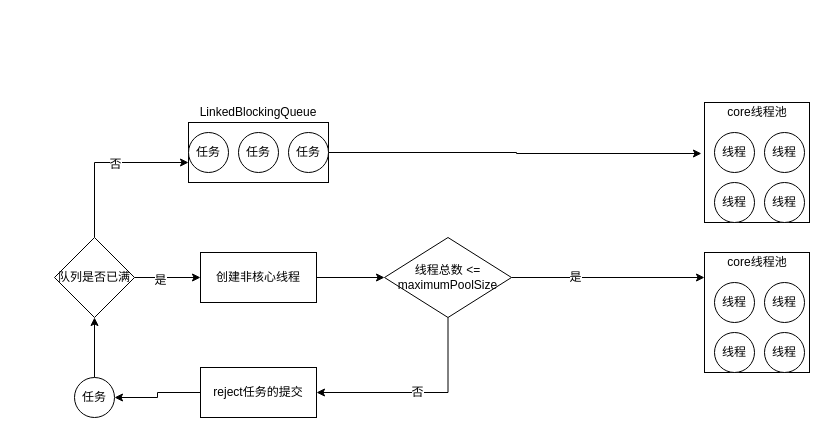
Before: 并发编程/12_fixed线程池原理.drawio in chenshuai1995/a-imgs, a draw.io diagram. Source tidied: cells renumbered, new cells numbered last; positions are measured from the earlier drawing's top-left corner, leaving out a move shared by most shapes. Both pictures are drawn from the tidied source at 100%, with x=0, y=0 at pixel (54, 102).
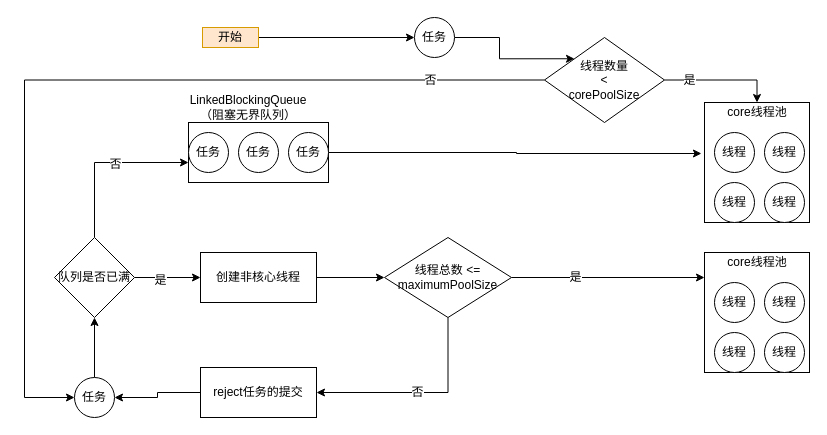
After the change.

Commit message (it also covers changes not shown here):
更新12_fixed线程池原理.drawio

The change refers to these unchanged cells:
```xml
<mxCell id="7" value="core线程池" style="text;html=1;strokeColor=none;fillColor=none;align=center;verticalAlign=middle;whiteSpace=wrap;rounded=0;" parent="1" vertex="1">
  <mxGeometry x="662.5" width="80" height="20" as="geometry" />
</mxCell>
<mxCell id="15" value="任务" style="ellipse;whiteSpace=wrap;html=1;" parent="1" vertex="1">
  <mxGeometry x="20" y="275" width="40" height="40" as="geometry" />
</mxCell>
```

Change to the diagram source:
```diff
@@
-    <mxCell id="26" value="LinkedBlockingQueue" style="text;html=1;strokeColor=none;fillColor=none;align=center;verticalAlign=middle;whiteSpace=wrap;rounded=0;" parent="1" vertex="1">
-      <mxGeometry x="124" y="5" width="160" height="10" as="geometry" />
+    <mxCell id="26" value="LinkedBlockingQueue&lt;br&gt;（阻塞无界队列）" style="text;html=1;strokeColor=none;fillColor=none;align=center;verticalAlign=middle;whiteSpace=wrap;rounded=0;" parent="1" vertex="1">
+      <mxGeometry x="114" width="160" height="10" as="geometry" />
     </mxCell>
@@
+    <mxCell id="36" style="edgeStyle=orthogonalEdgeStyle;rounded=0;jettySize=auto;html=1;entryX=0;entryY=0;entryDx=0;entryDy=0;" parent="1" edge="1" source="37" target="42">
+      <mxGeometry relative="1" as="geometry" />
+    </mxCell>
+    <mxCell id="37" value="任务" style="ellipse;whiteSpace=wrap;html=1;" parent="1" vertex="1">
+      <mxGeometry x="360" y="-85" width="40" height="40" as="geometry" />
+    </mxCell>
+    <mxCell id="38" style="edgeStyle=orthogonalEdgeStyle;rounded=0;jettySize=auto;html=1;entryX=0.5;entryY=0;entryDx=0;entryDy=0;" parent="1" edge="1" source="42" target="7">
+      <mxGeometry relative="1" as="geometry" />
+    </mxCell>
+    <mxCell id="39" value="是" style="text;html=1;align=center;verticalAlign=middle;labelBackgroundColor=#ffffff;" parent="38" vertex="1">
+      <mxGeometry x="-0.59" relative="1" as="geometry" />
+    </mxCell>
+    <mxCell id="40" style="edgeStyle=orthogonalEdgeStyle;rounded=0;jettySize=auto;html=1;entryX=0;entryY=0.5;entryDx=0;entryDy=0;" parent="1" edge="1" source="42" target="15">
+      <mxGeometry relative="1" as="geometry">
+        <Array as="points">
+          <mxPoint x="-30" y="-22" />
+          <mxPoint x="-30" y="295" />
+        </Array>
+      </mxGeometry>
+    </mxCell>
+    <mxCell id="41" value="否" style="text;html=1;align=center;verticalAlign=middle;labelBackgroundColor=#ffffff;" parent="40" vertex="1">
+      <mxGeometry x="-0.74" relative="1" as="geometry" />
+    </mxCell>
+    <mxCell id="42" value="线程数量&lt;br&gt;&amp;lt;&lt;br&gt;corePoolSize" style="rhombus;whiteSpace=wrap;html=1;" parent="1" vertex="1">
+      <mxGeometry x="490" y="-65" width="120" height="85" as="geometry" />
+    </mxCell>
+    <mxCell id="43" style="edgeStyle=orthogonalEdgeStyle;rounded=0;jettySize=auto;html=1;" parent="1" edge="1" source="44" target="37">
+      <mxGeometry relative="1" as="geometry" />
+    </mxCell>
+    <mxCell id="44" value="开始" style="rounded=1;whiteSpace=wrap;html=1;arcSize=0;fillColor=#ffe6cc;strokeColor=#d79b00;" parent="1" vertex="1">
+      <mxGeometry x="148" y="-75" width="56" height="20" as="geometry" />
+    </mxCell>
```
